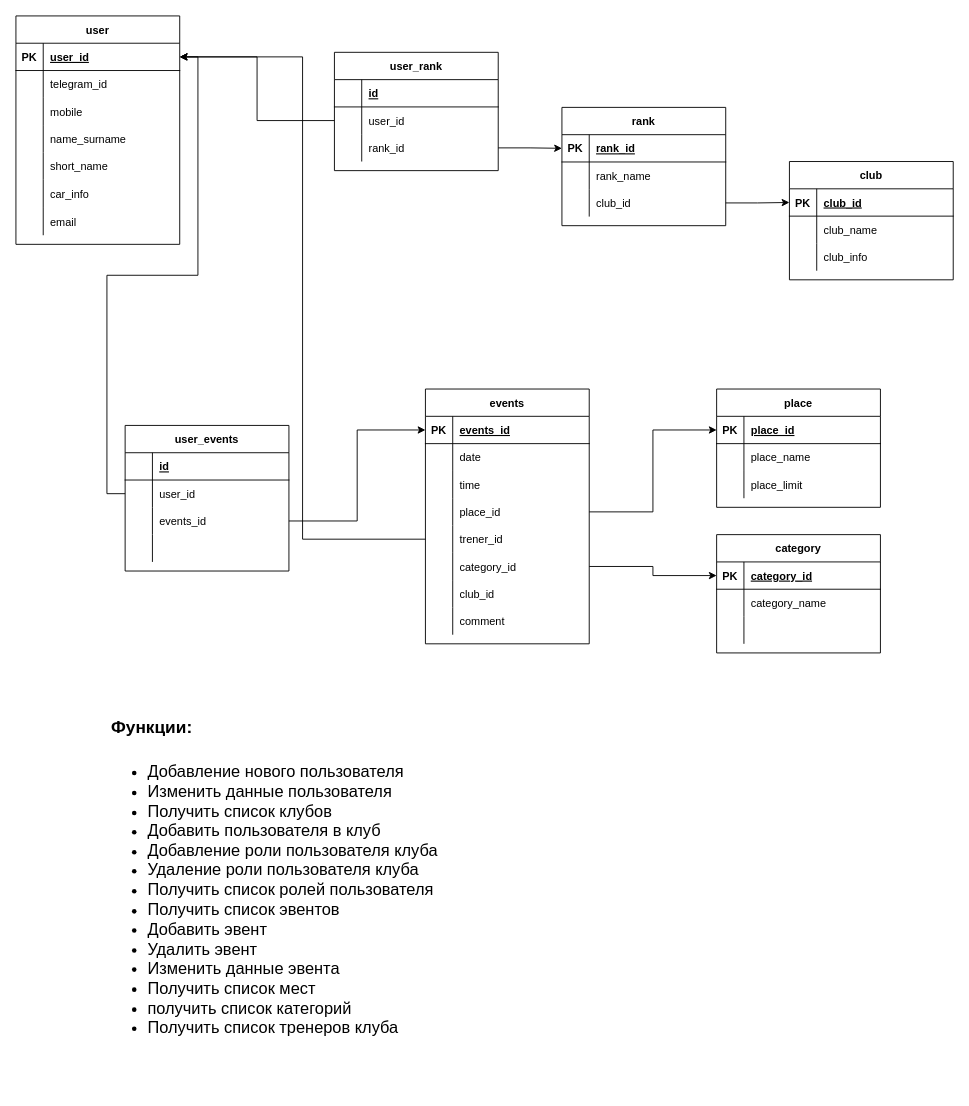
Earlier version of the draw.io diagram page "DataBase Functions" (1 of 2) of Диаграммы/tir_v2.drawio (EhIvan/tir). Source tidied: cells renumbered, new cells numbered last; positions are measured from the earlier drawing's top-left corner, leaving out a move shared by most shapes. Both pictures are drawn from the tidied source at 91%, with x=0, y=0 at pixel (15, 15).
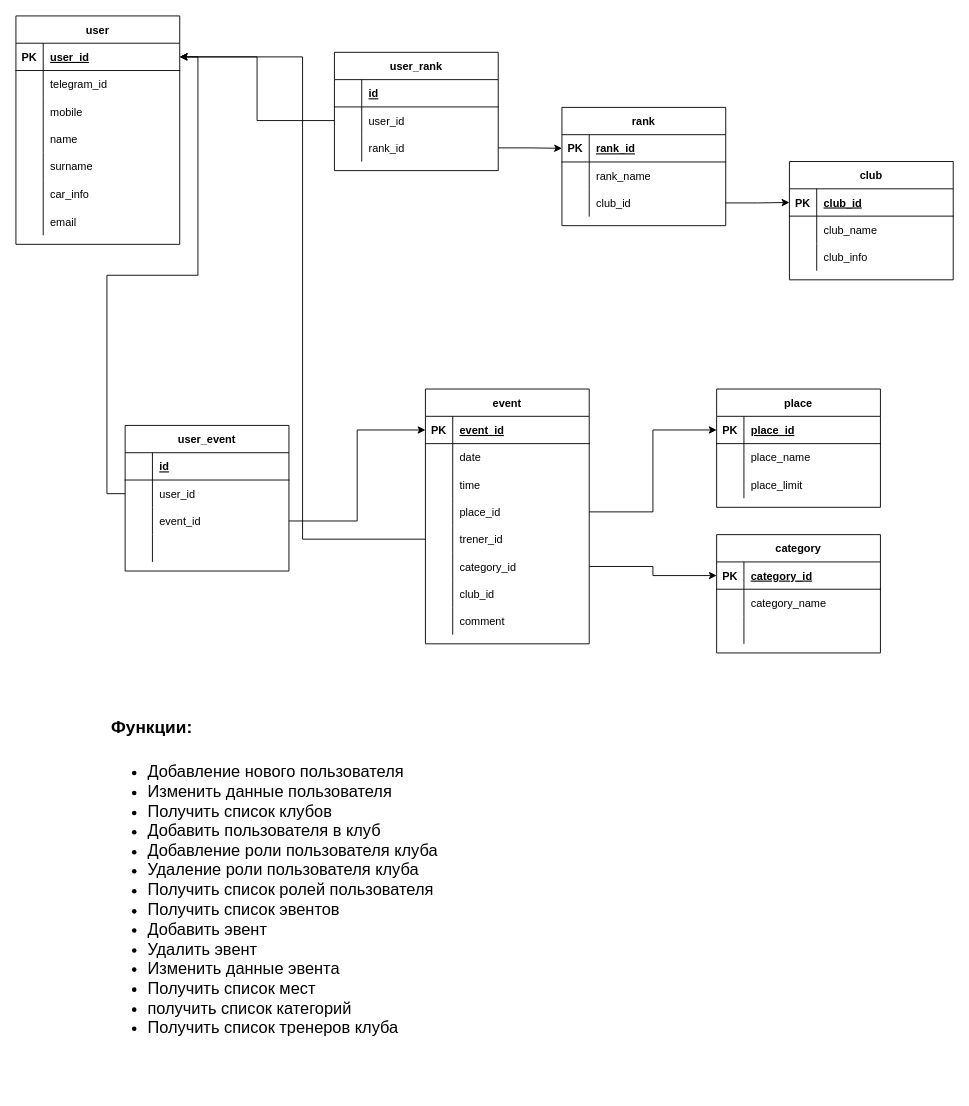
Above is the later version.

The change refers to these unchanged cells:
```xml
<mxCell id="22" style="shape=tableRow;horizontal=0;startSize=0;swimlaneHead=0;swimlaneBody=0;fillColor=none;top=0;left=0;right=0;bottom=0;" parent="12" vertex="1">
  <mxGeometry y="120" width="180" height="30" as="geometry" />
</mxCell>
<mxCell id="25" style="shape=tableRow;horizontal=0;startSize=0;swimlaneHead=0;swimlaneBody=0;fillColor=none;top=0;left=0;right=0;bottom=0;" parent="12" vertex="1">
  <mxGeometry y="150" width="180" height="30" as="geometry" />
</mxCell>
<mxCell id="55" style="shape=tableRow;horizontal=0;startSize=0;swimlaneHead=0;swimlaneBody=0;fillColor=none;points=[[0,0.5],[1,0.5]];portConstraint=eastwest;top=0;left=0;right=0;bottom=1;" parent="54" vertex="1">
  <mxGeometry y="30" width="180" height="30" as="geometry" />
</mxCell>
<mxCell id="96" style="shape=tableRow;horizontal=0;startSize=0;swimlaneHead=0;swimlaneBody=0;fillColor=none;points=[[0,0.5],[1,0.5]];portConstraint=eastwest;top=0;left=0;right=0;bottom=0;" parent="89" vertex="1">
  <mxGeometry y="90" width="180" height="30" as="geometry" />
</mxCell>
```

What changed in the source:
```diff
@@
-    <mxCell id="24" value="name_surname" style="shape=partialRectangle;fillColor=none;top=0;left=0;bottom=0;right=0;align=left;spacingLeft=6;overflow=hidden;" parent="22" vertex="1">
+    <mxCell id="24" value="name" style="shape=partialRectangle;fillColor=none;top=0;left=0;bottom=0;right=0;align=left;spacingLeft=6;overflow=hidden;" parent="22" vertex="1">
       <mxGeometry x="30" width="150" height="30" as="geometry" />
     </mxCell>
@@
-    <mxCell id="27" value="short_name" style="shape=partialRectangle;fillColor=none;top=0;left=0;bottom=0;right=0;align=left;spacingLeft=6;overflow=hidden;" parent="25" vertex="1">
+    <mxCell id="27" value="surname" style="shape=partialRectangle;fillColor=none;top=0;left=0;bottom=0;right=0;align=left;spacingLeft=6;overflow=hidden;" parent="25" vertex="1">
       <mxGeometry x="30" width="150" height="30" as="geometry" />
     </mxCell>
@@
-    <mxCell id="54" value="events" style="shape=table;startSize=30;childLayout=tableLayout;rowLines=0;fontStyle=1;align=center;" parent="1" vertex="1">
+    <mxCell id="54" value="event" style="shape=table;startSize=30;childLayout=tableLayout;rowLines=0;fontStyle=1;align=center;" parent="1" vertex="1">
       <mxGeometry x="450" y="410" width="180" height="280" as="geometry" />
     </mxCell>
@@
-    <mxCell id="57" value="events_id" style="shape=partialRectangle;fillColor=none;top=0;left=0;bottom=0;right=0;align=left;spacingLeft=6;fontStyle=5;overflow=hidden;" parent="55" vertex="1">
+    <mxCell id="57" value="event_id" style="shape=partialRectangle;fillColor=none;top=0;left=0;bottom=0;right=0;align=left;spacingLeft=6;fontStyle=5;overflow=hidden;" parent="55" vertex="1">
       <mxGeometry x="30" width="150" height="30" as="geometry" />
     </mxCell>
@@
-    <mxCell id="89" value="user_events" style="shape=table;startSize=30;childLayout=tableLayout;rowLines=0;fontStyle=1;align=center;" parent="1" vertex="1">
+    <mxCell id="89" value="user_event" style="shape=table;startSize=30;childLayout=tableLayout;rowLines=0;fontStyle=1;align=center;" parent="1" vertex="1">
       <mxGeometry x="120" y="450" width="180" height="160" as="geometry" />
     </mxCell>
@@
-    <mxCell id="98" value="events_id" style="shape=partialRectangle;fillColor=none;top=0;left=0;bottom=0;right=0;align=left;spacingLeft=6;overflow=hidden;" parent="96" vertex="1">
+    <mxCell id="98" value="event_id" style="shape=partialRectangle;fillColor=none;top=0;left=0;bottom=0;right=0;align=left;spacingLeft=6;overflow=hidden;" parent="96" vertex="1">
       <mxGeometry x="30" width="150" height="30" as="geometry" />
     </mxCell>
```
